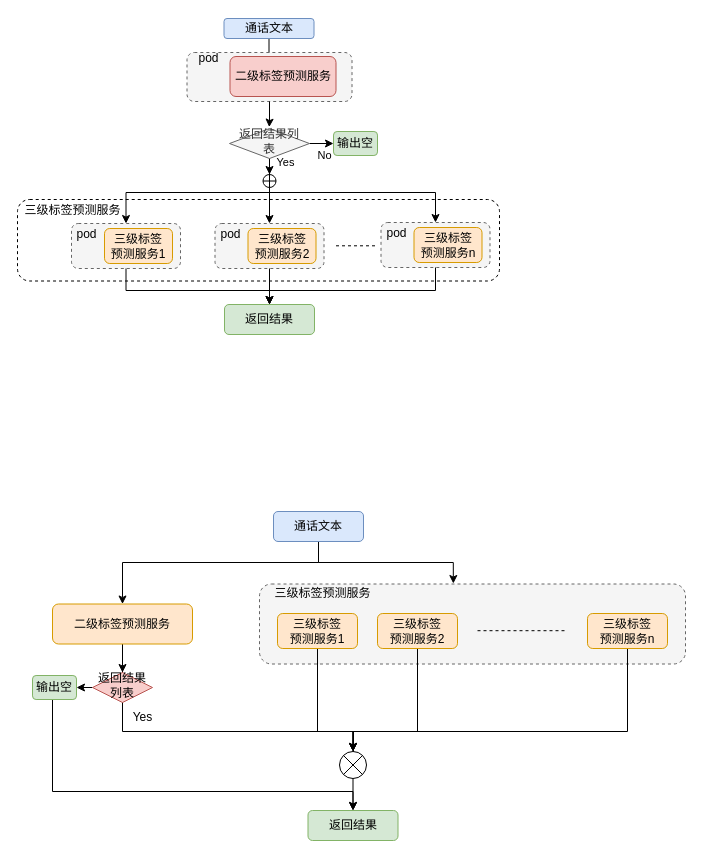
Before: nlp/KYC.drawio in MMMLMF/notes, a draw.io diagram. Source tidied: cells renumbered, new cells numbered last; positions are measured from the earlier drawing's top-left corner, leaving out a move shared by most shapes. Both pictures are drawn from the tidied source at 100%, with x=0, y=0 at pixel (17, 18).
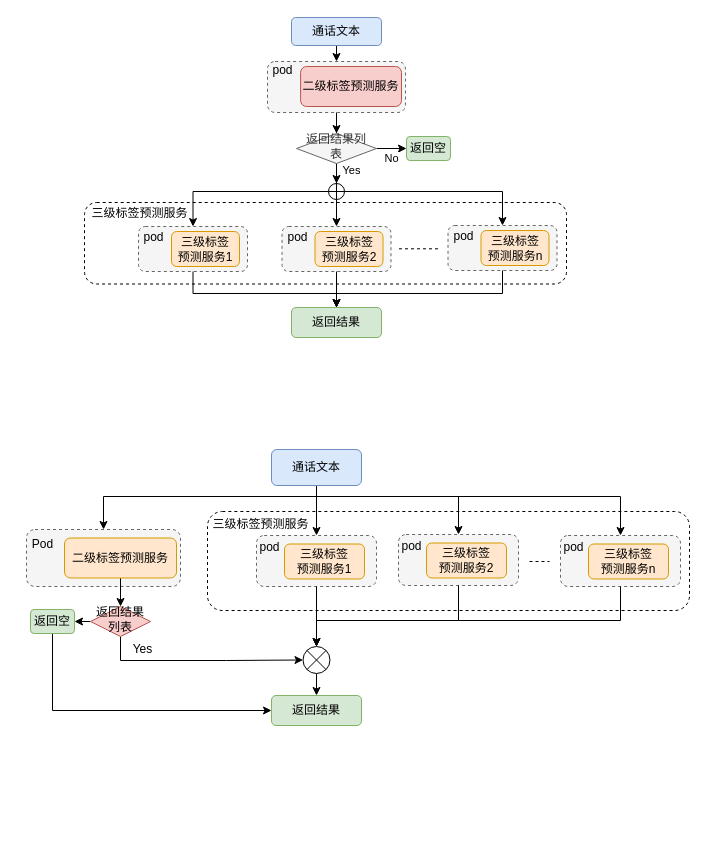
The same page after the edit.

The change refers to these unchanged cells:
```xml
<mxCell id="5" style="edgeStyle=orthogonalEdgeStyle;rounded=0;jettySize=auto;html=1;entryX=0.5;entryY=0;entryDx=0;entryDy=0;" parent="1" edge="1" source="8" target="57">
  <mxGeometry relative="1" as="geometry" />
</mxCell>
<mxCell id="42" style="rounded=1;whiteSpace=wrap;html=1;dashed=1;fillColor=#f5f5f5;strokeColor=#666666;fontColor=#333333;" parent="41" vertex="1">
  <mxGeometry width="109" height="45" as="geometry" />
</mxCell>
<mxCell id="46" style="rounded=1;whiteSpace=wrap;html=1;dashed=1;fillColor=#f5f5f5;strokeColor=#666666;fontColor=#333333;" parent="45" vertex="1">
  <mxGeometry width="109" height="45" as="geometry" />
</mxCell>
<mxCell id="50" style="rounded=1;whiteSpace=wrap;html=1;dashed=1;fillColor=#f5f5f5;strokeColor=#666666;fontColor=#333333;" parent="49" vertex="1">
  <mxGeometry width="109" height="45" as="geometry" />
</mxCell>
```

Diff of the diagram source:
```diff
@@
+    <mxCell id="61" style="rounded=1;whiteSpace=wrap;html=1;dashed=1;fillColor=#ffffff;" parent="1" vertex="1">
+      <mxGeometry x="190" y="493" width="482" height="99" as="geometry" />
+    </mxCell>
+    <mxCell id="62" style="rounded=1;whiteSpace=wrap;html=1;fillColor=#f5f5f5;dashed=1;strokeColor=#666666;fontColor=#333333;" parent="1" vertex="1">
+      <mxGeometry x="9" y="511" width="154" height="57" as="geometry" />
+    </mxCell>
     <mxCell id="2" style="rounded=1;whiteSpace=wrap;html=1;dashed=1;" parent="1" vertex="1">
-      <mxGeometry y="181" width="482" height="81.5" as="geometry" />
+      <mxGeometry x="67" y="184" width="482" height="81.5" as="geometry" />
     </mxCell>
-    <mxCell id="3" style="edgeStyle=orthogonalEdgeStyle;rounded=0;jettySize=auto;html=1;strokeWidth=1;entryX=0.5;entryY=0;entryDx=0;entryDy=0;" parent="1" edge="1" source="4" target="38">
+    <mxCell id="3" style="edgeStyle=orthogonalEdgeStyle;rounded=0;jettySize=auto;html=1;exitX=0.5;exitY=1;exitDx=0;exitDy=0;entryX=0.5;entryY=0;entryDx=0;entryDy=0;strokeWidth=1;" parent="1" edge="1" source="4" target="38">
       <mxGeometry relative="1" as="geometry" />
     </mxCell>
     <mxCell id="4" value="通话文本" style="rounded=1;whiteSpace=wrap;html=1;fontSize=12;glass=0;strokeWidth=1;shadow=0;fillColor=#dae8fc;strokeColor=#6c8ebf;" parent="1" vertex="1">
-      <mxGeometry x="206.5" width="90" height="20" as="geometry" />
+      <mxGeometry x="274" y="-1" width="90" height="28" as="geometry" />
     </mxCell>
@@
     <mxCell id="6" value="Yes" style="edgeLabel;html=1;align=center;verticalAlign=middle;" parent="5" vertex="1">
       <mxGeometry x="0.52" y="2" relative="1" as="geometry">
-        <mxPoint x="13" y="2" as="offset" />
+        <mxPoint x="12" as="offset" />
       </mxGeometry>
     </mxCell>
@@
     <mxCell id="8" value="返回结果列表" style="rhombus;whiteSpace=wrap;html=1;shadow=0;fontFamily=Helvetica;fontSize=12;align=center;strokeWidth=1;spacing=6;spacingTop=-4;fillColor=#f5f5f5;strokeColor=#666666;fontColor=#333333;" parent="1" vertex="1">
-      <mxGeometry x="212" y="110" width="80" height="30" as="geometry" />
+      <mxGeometry x="279" y="115" width="80" height="30" as="geometry" />
     </mxCell>
-    <mxCell id="9" value="输出空" style="rounded=1;whiteSpace=wrap;html=1;fontSize=12;glass=0;strokeWidth=1;shadow=0;fillColor=#d5e8d4;strokeColor=#82b366;" parent="1" vertex="1">
-      <mxGeometry x="316" y="113" width="44" height="24" as="geometry" />
+    <mxCell id="9" value="返回空" style="rounded=1;whiteSpace=wrap;html=1;fontSize=12;glass=0;strokeWidth=1;shadow=0;fillColor=#d5e8d4;strokeColor=#82b366;" parent="1" vertex="1">
+      <mxGeometry x="389" y="118" width="44" height="24" as="geometry" />
     </mxCell>
     <mxCell id="10" value="&lt;span&gt;三级标签预测服务&lt;/span&gt;" style="text;html=1;align=center;verticalAlign=middle;strokeColor=none;" parent="1" vertex="1">
-      <mxGeometry y="182" width="110" height="20" as="geometry" />
+      <mxGeometry x="67" y="185" width="110" height="20" as="geometry" />
     </mxCell>
     <mxCell id="11" style="endArrow=none;dashed=1;html=1;strokeWidth=1;" parent="1" edge="1">
       <mxGeometry relative="1" as="geometry">
-        <mxPoint x="318.5" y="227.3" as="sourcePoint" />
-        <mxPoint x="357.5" y="227.3" as="targetPoint" />
+        <mxPoint x="381.5" y="230.3" as="sourcePoint" />
+        <mxPoint x="420.5" y="230.3" as="targetPoint" />
       </mxGeometry>
     </mxCell>
     <mxCell id="12" value="返回结果" style="rounded=1;whiteSpace=wrap;html=1;fontSize=12;glass=0;strokeWidth=1;shadow=0;fillColor=#d5e8d4;strokeColor=#82b366;" parent="1" vertex="1">
-      <mxGeometry x="207" y="286" width="90" height="30" as="geometry" />
+      <mxGeometry x="274" y="289" width="90" height="30" as="geometry" />
     </mxCell>
     <mxCell id="13" value="No" style="edgeLabel;html=1;align=center;verticalAlign=middle;" parent="1" vertex="1">
-      <mxGeometry x="282" y="171.8" as="geometry">
+      <mxGeometry x="349" y="174.8" as="geometry">
         <mxPoint x="24" y="-35" as="offset" />
       </mxGeometry>
     </mxCell>
-    <mxCell id="14" style="rounded=1;whiteSpace=wrap;html=1;fillColor=#f5f5f5;dashed=1;strokeColor=#666666;fontColor=#333333;" parent="1" vertex="1">
-      <mxGeometry x="242" y="565.5" width="426" height="80" as="geometry" />
-    </mxCell>
@@
     <mxCell id="16" value="二级标签预测服务" style="rounded=1;whiteSpace=wrap;html=1;fillColor=#ffe6cc;strokeColor=#d79b00;" parent="1" vertex="1">
-      <mxGeometry x="35" y="585.5" width="140" height="40" as="geometry" />
+      <mxGeometry x="47" y="519.5" width="112" height="40" as="geometry" />
     </mxCell>
-    <mxCell id="17" style="edgeStyle=orthogonalEdgeStyle;rounded=0;jettySize=auto;html=1;exitX=0.5;exitY=1;exitDx=0;exitDy=0;entryX=0.5;entryY=0;entryDx=0;entryDy=0;" parent="1" edge="1" source="19" target="16">
+    <mxCell id="17" style="edgeStyle=orthogonalEdgeStyle;rounded=0;jettySize=auto;html=1;exitX=0.5;exitY=1;exitDx=0;exitDy=0;entryX=0.5;entryY=0;entryDx=0;entryDy=0;" parent="1" edge="1" source="19" target="62">
       <mxGeometry relative="1" as="geometry">
         <Array as="points">
-          <mxPoint x="301" y="544" />
-          <mxPoint x="105" y="544" />
+          <mxPoint x="299" y="478" />
+          <mxPoint x="86" y="478" />
         </Array>
       </mxGeometry>
     </mxCell>
-    <mxCell id="18" style="edgeStyle=orthogonalEdgeStyle;rounded=0;jettySize=auto;html=1;exitX=0.5;exitY=1;exitDx=0;exitDy=0;entryX=0.455;entryY=-0.006;entryDx=0;entryDy=0;entryPerimeter=0;" parent="1" edge="1" source="19" target="14">
-      <mxGeometry relative="1" as="geometry">
-        <Array as="points">
-          <mxPoint x="301" y="544" />
-          <mxPoint x="436" y="544" />
-        </Array>
-      </mxGeometry>
-    </mxCell>
+    <mxCell id="63" style="edgeStyle=orthogonalEdgeStyle;rounded=0;jettySize=auto;html=1;exitX=0.5;exitY=1;exitDx=0;exitDy=0;entryX=0.5;entryY=0;entryDx=0;entryDy=0;strokeWidth=1;" parent="1" edge="1" source="19" target="70">
+      <mxGeometry relative="1" as="geometry" />
+    </mxCell>
+    <mxCell id="64" style="edgeStyle=orthogonalEdgeStyle;rounded=0;jettySize=auto;html=1;entryX=0.5;entryY=0;entryDx=0;entryDy=0;strokeWidth=1;" parent="1" edge="1" source="19" target="74">
+      <mxGeometry relative="1" as="geometry">
+        <Array as="points">
+          <mxPoint x="299" y="478" />
+          <mxPoint x="441" y="478" />
+        </Array>
+      </mxGeometry>
+    </mxCell>
+    <mxCell id="65" style="edgeStyle=orthogonalEdgeStyle;rounded=0;jettySize=auto;html=1;strokeWidth=1;" parent="1" edge="1" source="19" target="78">
+      <mxGeometry relative="1" as="geometry">
+        <Array as="points">
+          <mxPoint x="299" y="478" />
+          <mxPoint x="603" y="478" />
+        </Array>
+      </mxGeometry>
+    </mxCell>
     <mxCell id="19" value="通话文本" style="rounded=1;whiteSpace=wrap;html=1;fontSize=12;glass=0;strokeWidth=1;shadow=0;fillColor=#dae8fc;strokeColor=#6c8ebf;" parent="1" vertex="1">
-      <mxGeometry x="256" y="493" width="90" height="30" as="geometry" />
+      <mxGeometry x="254" y="431" width="90" height="36" as="geometry" />
     </mxCell>
-    <mxCell id="20" style="edgeStyle=orthogonalEdgeStyle;rounded=0;jettySize=auto;html=1;exitX=0.5;exitY=1;exitDx=0;exitDy=0;entryX=0.5;entryY=0;entryDx=0;entryDy=0;" parent="1" edge="1" source="21" target="36">
-      <mxGeometry relative="1" as="geometry">
-        <Array as="points">
-          <mxPoint x="400" y="713" />
-          <mxPoint x="336" y="713" />
-        </Array>
-      </mxGeometry>
-    </mxCell>
-    <mxCell id="21" value="三级标签&lt;br&gt;预测服务2" style="rounded=1;whiteSpace=wrap;html=1;fillColor=#ffe6cc;strokeColor=#d79b00;" parent="1" vertex="1">
-      <mxGeometry x="360" y="595" width="80" height="35" as="geometry" />
-    </mxCell>
-    <mxCell id="22" style="edgeStyle=orthogonalEdgeStyle;rounded=0;jettySize=auto;html=1;exitX=0.5;exitY=1;exitDx=0;exitDy=0;entryX=0.5;entryY=0;entryDx=0;entryDy=0;" parent="1" edge="1" source="23" target="36">
-      <mxGeometry relative="1" as="geometry">
-        <Array as="points">
-          <mxPoint x="300" y="713" />
-          <mxPoint x="336" y="713" />
-        </Array>
-      </mxGeometry>
-    </mxCell>
-    <mxCell id="23" value="三级标签&lt;br&gt;预测服务1" style="rounded=1;whiteSpace=wrap;html=1;fillColor=#ffe6cc;strokeColor=#d79b00;" parent="1" vertex="1">
-      <mxGeometry x="260" y="595" width="80" height="35" as="geometry" />
-    </mxCell>
-    <mxCell id="24" style="edgeStyle=orthogonalEdgeStyle;rounded=0;jettySize=auto;html=1;entryX=0.5;entryY=0;entryDx=0;entryDy=0;" parent="1" edge="1" source="25" target="36">
-      <mxGeometry relative="1" as="geometry">
-        <Array as="points">
-          <mxPoint x="610" y="713" />
-          <mxPoint x="335" y="713" />
-        </Array>
-      </mxGeometry>
-    </mxCell>
-    <mxCell id="25" value="三级标签&lt;br&gt;预测服务n" style="rounded=1;whiteSpace=wrap;html=1;fillColor=#ffe6cc;strokeColor=#d79b00;" parent="1" vertex="1">
-      <mxGeometry x="570" y="595" width="80" height="35" as="geometry" />
-    </mxCell>
     <mxCell id="26" value="&lt;span&gt;三级标签预测服务&lt;/span&gt;" style="text;html=1;align=center;verticalAlign=middle;strokeColor=none;" parent="1" vertex="1">
-      <mxGeometry x="250" y="565" width="110" height="20" as="geometry" />
+      <mxGeometry x="188" y="496" width="110" height="20" as="geometry" />
     </mxCell>
-    <mxCell id="27" style="endArrow=none;dashed=1;html=1;strokeWidth=1;" parent="1" edge="1">
-      <mxGeometry relative="1" as="geometry">
-        <mxPoint x="460" y="612.2" as="sourcePoint" />
-        <mxPoint x="550" y="612.2" as="targetPoint" />
-      </mxGeometry>
-    </mxCell>
     <mxCell id="28" value="返回结果" style="rounded=1;whiteSpace=wrap;html=1;fontSize=12;glass=0;strokeWidth=1;shadow=0;fillColor=#d5e8d4;strokeColor=#82b366;" parent="1" vertex="1">
-      <mxGeometry x="290.5" y="792" width="90" height="30" as="geometry" />
+      <mxGeometry x="254" y="677" width="90" height="30" as="geometry" />
     </mxCell>
@@
-    <mxCell id="30" style="edgeStyle=orthogonalEdgeStyle;rounded=0;jettySize=auto;html=1;exitX=0.5;exitY=1;exitDx=0;exitDy=0;entryX=0.5;entryY=0;entryDx=0;entryDy=0;" parent="1" edge="1" target="36">
-      <mxGeometry relative="1" as="geometry">
-        <mxPoint x="105" y="652" as="sourcePoint" />
-        <Array as="points">
-          <mxPoint x="105" y="713" />
-          <mxPoint x="336" y="713" />
-          <mxPoint x="336" y="743" />
-        </Array>
-      </mxGeometry>
-    </mxCell>
+    <mxCell id="66" style="edgeStyle=orthogonalEdgeStyle;rounded=0;jettySize=auto;html=1;entryX=0;entryY=0.5;entryDx=0;entryDy=0;strokeWidth=1;" parent="1" edge="1" source="31" target="36">
+      <mxGeometry relative="1" as="geometry">
+        <Array as="points">
+          <mxPoint x="103" y="642" />
+          <mxPoint x="209" y="642" />
+        </Array>
+      </mxGeometry>
+    </mxCell>
     <mxCell id="31" value="返回结果列表" style="rhombus;whiteSpace=wrap;html=1;shadow=0;fontFamily=Helvetica;fontSize=12;align=center;strokeWidth=1;spacing=6;spacingTop=-4;fillColor=#f8cecc;strokeColor=#b85450;" parent="1" vertex="1">
-      <mxGeometry x="75" y="654" width="60" height="30" as="geometry" />
+      <mxGeometry x="73" y="588" width="60" height="30" as="geometry" />
     </mxCell>
-    <mxCell id="32" style="edgeStyle=orthogonalEdgeStyle;rounded=0;jettySize=auto;html=1;entryX=0.5;entryY=0;entryDx=0;entryDy=0;" parent="1" edge="1" source="33" target="28">
+    <mxCell id="32" style="edgeStyle=orthogonalEdgeStyle;rounded=0;jettySize=auto;html=1;entryX=0;entryY=0.5;entryDx=0;entryDy=0;strokeWidth=1;" parent="1" edge="1" source="33" target="28">
       <mxGeometry relative="1" as="geometry">
         <Array as="points">
-          <mxPoint x="35" y="773" />
-          <mxPoint x="336" y="773" />
+          <mxPoint x="35" y="692" />
         </Array>
       </mxGeometry>
     </mxCell>
-    <mxCell id="33" value="输出空" style="rounded=1;whiteSpace=wrap;html=1;fontSize=12;glass=0;strokeWidth=1;shadow=0;fillColor=#d5e8d4;strokeColor=#82b366;" parent="1" vertex="1">
-      <mxGeometry x="15" y="657" width="44" height="24" as="geometry" />
+    <mxCell id="33" value="返回空" style="rounded=1;whiteSpace=wrap;html=1;fontSize=12;glass=0;strokeWidth=1;shadow=0;fillColor=#d5e8d4;strokeColor=#82b366;" parent="1" vertex="1">
+      <mxGeometry x="13" y="591" width="44" height="24" as="geometry" />
     </mxCell>
     <mxCell id="34" value="Yes" style="text;html=1;align=center;verticalAlign=middle;strokeColor=none;" parent="1" vertex="1">
-      <mxGeometry x="105" y="689" width="40" height="20" as="geometry" />
+      <mxGeometry x="105" y="621" width="40" height="20" as="geometry" />
     </mxCell>
@@
     <mxCell id="36" style="shape=sumEllipse;perimeter=ellipsePerimeter;whiteSpace=wrap;html=1;backgroundOutline=1;" parent="1" vertex="1">
-      <mxGeometry x="322" y="733" width="27" height="27" as="geometry" />
+      <mxGeometry x="285.5" y="628" width="27" height="27" as="geometry" />
     </mxCell>
     <mxCell id="37" style="group;" parent="1" vertex="1">
-      <mxGeometry x="169.5" y="28" width="165" height="60" as="geometry" />
+      <mxGeometry x="244" y="40" width="150" height="60" as="geometry" />
     </mxCell>
     <mxCell id="38" style="rounded=1;whiteSpace=wrap;html=1;dashed=1;fillColor=#f5f5f5;strokeColor=#666666;fontColor=#333333;" parent="37" vertex="1">
-      <mxGeometry y="6" width="165" height="49" as="geometry" />
+      <mxGeometry x="6" y="3" width="138" height="51" as="geometry" />
     </mxCell>
     <mxCell id="39" value="二级标签预测服务" style="rounded=1;whiteSpace=wrap;html=1;fillColor=#f8cecc;strokeColor=#b85450;" parent="37" vertex="1">
-      <mxGeometry x="43" y="10" width="106" height="40" as="geometry" />
+      <mxGeometry x="39.1" y="8" width="100.9" height="40" as="geometry" />
     </mxCell>
     <mxCell id="40" value="pod" style="text;html=1;align=center;verticalAlign=middle;strokeColor=none;" parent="37" vertex="1">
-      <mxGeometry x="6" y="3" width="30" height="18" as="geometry" />
+      <mxGeometry x="5.5" y="3" width="30" height="18" as="geometry" />
     </mxCell>
     <mxCell id="41" style="group;" parent="1" vertex="1">
-      <mxGeometry x="54" y="205" width="109" height="45" as="geometry" />
+      <mxGeometry x="121" y="208" width="109" height="45" as="geometry" />
     </mxCell>
@@
     <mxCell id="45" style="group;" parent="1" vertex="1">
-      <mxGeometry x="197.5" y="205" width="109" height="45" as="geometry" />
+      <mxGeometry x="264.5" y="208" width="109" height="45" as="geometry" />
     </mxCell>
@@
     <mxCell id="49" style="group;" parent="1" vertex="1">
-      <mxGeometry x="363.5" y="204" width="109" height="45" as="geometry" />
+      <mxGeometry x="430.5" y="207" width="109" height="45" as="geometry" />
     </mxCell>
@@
     <mxCell id="53" style="edgeStyle=orthogonalEdgeStyle;rounded=0;jettySize=auto;html=1;strokeWidth=1;" parent="1" edge="1" source="50" target="12">
       <mxGeometry relative="1" as="geometry">
         <Array as="points">
-          <mxPoint x="418" y="272" />
-          <mxPoint x="252" y="272" />
+          <mxPoint x="485" y="275" />
+          <mxPoint x="319" y="275" />
         </Array>
       </mxGeometry>
     </mxCell>
+    <mxCell id="56" style="edgeStyle=orthogonalEdgeStyle;rounded=0;jettySize=auto;html=1;entryX=0.5;entryY=0;entryDx=0;entryDy=0;strokeWidth=1;" parent="1" edge="1" source="57" target="46">
+      <mxGeometry relative="1" as="geometry" />
+    </mxCell>
+    <mxCell id="55" style="edgeStyle=orthogonalEdgeStyle;rounded=0;jettySize=auto;html=1;exitX=1;exitY=0.5;exitDx=0;exitDy=0;entryX=0.5;entryY=0;entryDx=0;entryDy=0;strokeWidth=1;" parent="1" edge="1" source="57" target="50">
+      <mxGeometry relative="1" as="geometry" />
+    </mxCell>
-    <mxCell id="54" style="edgeStyle=orthogonalEdgeStyle;rounded=0;jettySize=auto;html=1;exitX=0.5;exitY=1;exitDx=0;exitDy=0;entryX=0.5;entryY=0;entryDx=0;entryDy=0;strokeWidth=1;" parent="1" edge="1" source="57" target="42">
-      <mxGeometry relative="1" as="geometry">
-        <Array as="points">
-          <mxPoint x="252" y="174" />
-          <mxPoint x="108" y="174" />
-        </Array>
-      </mxGeometry>
+    <mxCell id="54" style="edgeStyle=orthogonalEdgeStyle;rounded=0;jettySize=auto;html=1;entryX=0.5;entryY=0;entryDx=0;entryDy=0;strokeWidth=1;" parent="1" edge="1" source="57" target="42">
+      <mxGeometry relative="1" as="geometry" />
     </mxCell>
-    <mxCell id="55" style="edgeStyle=orthogonalEdgeStyle;rounded=0;jettySize=auto;html=1;entryX=0.5;entryY=0;entryDx=0;entryDy=0;strokeWidth=1;" parent="1" edge="1" source="57" target="50">
-      <mxGeometry relative="1" as="geometry">
-        <Array as="points">
-          <mxPoint x="252" y="174" />
-          <mxPoint x="418" y="174" />
-        </Array>
-      </mxGeometry>
-    </mxCell>
-    <mxCell id="56" style="edgeStyle=orthogonalEdgeStyle;rounded=0;jettySize=auto;html=1;entryX=0.5;entryY=0;entryDx=0;entryDy=0;strokeWidth=1;" parent="1" edge="1" source="57" target="46">
-      <mxGeometry relative="1" as="geometry" />
-    </mxCell>
     <mxCell id="57" style="shape=orEllipse;perimeter=ellipsePerimeter;whiteSpace=wrap;html=1;backgroundOutline=1;fillColor=none;" parent="1" vertex="1">
-      <mxGeometry x="245.5" y="156" width="13" height="13" as="geometry" />
+      <mxGeometry x="311" y="165" width="16" height="16" as="geometry" />
     </mxCell>
@@
     <mxCell id="59" style="edgeStyle=orthogonalEdgeStyle;rounded=0;jettySize=auto;html=1;entryX=0.5;entryY=0;entryDx=0;entryDy=0;strokeWidth=1;" parent="1" edge="1" source="42" target="12">
       <mxGeometry relative="1" as="geometry">
         <Array as="points">
-          <mxPoint x="109" y="272" />
-          <mxPoint x="252" y="272" />
+          <mxPoint x="176" y="275" />
+          <mxPoint x="319" y="275" />
         </Array>
       </mxGeometry>
     </mxCell>
-    <mxCell id="60" style="edgeStyle=orthogonalEdgeStyle;rounded=0;jettySize=auto;html=1;entryX=0.497;entryY=-0.046;entryDx=0;entryDy=0;entryPerimeter=0;strokeWidth=1;" parent="1" edge="1" source="38" target="8">
+    <mxCell id="60" style="edgeStyle=orthogonalEdgeStyle;rounded=0;jettySize=auto;html=1;strokeWidth=1;" parent="1" edge="1" source="38" target="8">
       <mxGeometry relative="1" as="geometry" />
     </mxCell>
+    <mxCell id="67" value="Pod" style="text;html=1;align=center;verticalAlign=middle;strokeColor=none;" parent="1" vertex="1">
+      <mxGeometry x="9" y="517" width="31" height="18" as="geometry" />
+    </mxCell>
+    <mxCell id="68" style="group;" parent="1" vertex="1">
+      <mxGeometry x="235" y="517" width="120" height="51" as="geometry" />
+    </mxCell>
+    <mxCell id="69" style="group;" parent="68" vertex="1">
+      <mxGeometry width="120" height="51" as="geometry" />
+    </mxCell>
+    <mxCell id="70" style="rounded=1;whiteSpace=wrap;html=1;dashed=1;fillColor=#f5f5f5;strokeColor=#666666;fontColor=#333333;" parent="69" vertex="1">
+      <mxGeometry x="4" width="120" height="51" as="geometry" />
+    </mxCell>
+    <mxCell id="71" value="pod" style="text;html=1;align=center;verticalAlign=middle;strokeColor=none;" parent="69" vertex="1">
+      <mxGeometry x="2" y="2.5" width="30" height="18" as="geometry" />
+    </mxCell>
+    <mxCell id="23" value="三级标签&lt;br&gt;预测服务1" style="rounded=1;whiteSpace=wrap;html=1;fillColor=#ffe6cc;strokeColor=#d79b00;" parent="68" vertex="1">
+      <mxGeometry x="32" y="8.5" width="80" height="35" as="geometry" />
+    </mxCell>
+    <mxCell id="72" style="group;" parent="1" vertex="1">
+      <mxGeometry x="377" y="516" width="120" height="51" as="geometry" />
+    </mxCell>
+    <mxCell id="73" style="group;" parent="72" vertex="1">
+      <mxGeometry width="120" height="51" as="geometry" />
+    </mxCell>
+    <mxCell id="74" style="rounded=1;whiteSpace=wrap;html=1;dashed=1;fillColor=#f5f5f5;strokeColor=#666666;fontColor=#333333;" parent="73" vertex="1">
+      <mxGeometry x="4" width="120" height="51" as="geometry" />
+    </mxCell>
+    <mxCell id="75" value="pod" style="text;html=1;align=center;verticalAlign=middle;strokeColor=none;" parent="73" vertex="1">
+      <mxGeometry x="2" y="2.5" width="30" height="18" as="geometry" />
+    </mxCell>
+    <mxCell id="21" value="三级标签&lt;br&gt;预测服务2" style="rounded=1;whiteSpace=wrap;html=1;fillColor=#ffe6cc;strokeColor=#d79b00;" parent="72" vertex="1">
+      <mxGeometry x="32" y="8.5" width="80" height="35" as="geometry" />
+    </mxCell>
+    <mxCell id="76" style="group;" parent="1" vertex="1">
+      <mxGeometry x="539" y="517" width="120" height="51" as="geometry" />
+    </mxCell>
+    <mxCell id="77" style="group;" parent="76" vertex="1">
+      <mxGeometry width="120" height="51" as="geometry" />
+    </mxCell>
+    <mxCell id="78" style="rounded=1;whiteSpace=wrap;html=1;dashed=1;fillColor=#f5f5f5;strokeColor=#666666;fontColor=#333333;" parent="77" vertex="1">
+      <mxGeometry x="4" width="120" height="51" as="geometry" />
+    </mxCell>
+    <mxCell id="79" value="pod" style="text;html=1;align=center;verticalAlign=middle;strokeColor=none;" parent="77" vertex="1">
+      <mxGeometry x="2" y="2.5" width="30" height="18" as="geometry" />
+    </mxCell>
+    <mxCell id="25" value="三级标签&lt;br&gt;预测服务n" style="rounded=1;whiteSpace=wrap;html=1;fillColor=#ffe6cc;strokeColor=#d79b00;" parent="76" vertex="1">
+      <mxGeometry x="32" y="8.5" width="80" height="35" as="geometry" />
+    </mxCell>
+    <mxCell id="80" style="edgeStyle=orthogonalEdgeStyle;rounded=0;jettySize=auto;html=1;exitX=0.5;exitY=1;exitDx=0;exitDy=0;strokeWidth=1;" parent="1" edge="1" source="70" target="36">
+      <mxGeometry relative="1" as="geometry" />
+    </mxCell>
+    <mxCell id="81" style="edgeStyle=orthogonalEdgeStyle;rounded=0;jettySize=auto;html=1;exitX=0.5;exitY=1;exitDx=0;exitDy=0;strokeWidth=1;entryX=0.5;entryY=0;entryDx=0;entryDy=0;" parent="1" edge="1" source="74" target="36">
+      <mxGeometry relative="1" as="geometry">
+        <Array as="points">
+          <mxPoint x="441" y="602" />
+          <mxPoint x="299" y="602" />
+        </Array>
+      </mxGeometry>
+    </mxCell>
+    <mxCell id="82" style="edgeStyle=orthogonalEdgeStyle;rounded=0;jettySize=auto;html=1;entryX=0.5;entryY=0;entryDx=0;entryDy=0;strokeWidth=1;" parent="1" edge="1" source="78" target="36">
+      <mxGeometry relative="1" as="geometry">
+        <Array as="points">
+          <mxPoint x="603" y="602" />
+          <mxPoint x="299" y="602" />
+        </Array>
+      </mxGeometry>
+    </mxCell>
+    <mxCell id="83" style="endArrow=none;dashed=1;html=1;strokeWidth=1;" parent="1" edge="1">
+      <mxGeometry relative="1" as="geometry">
+        <mxPoint x="512" y="543" as="sourcePoint" />
+        <mxPoint x="532" y="543" as="targetPoint" />
+      </mxGeometry>
+    </mxCell>
```
